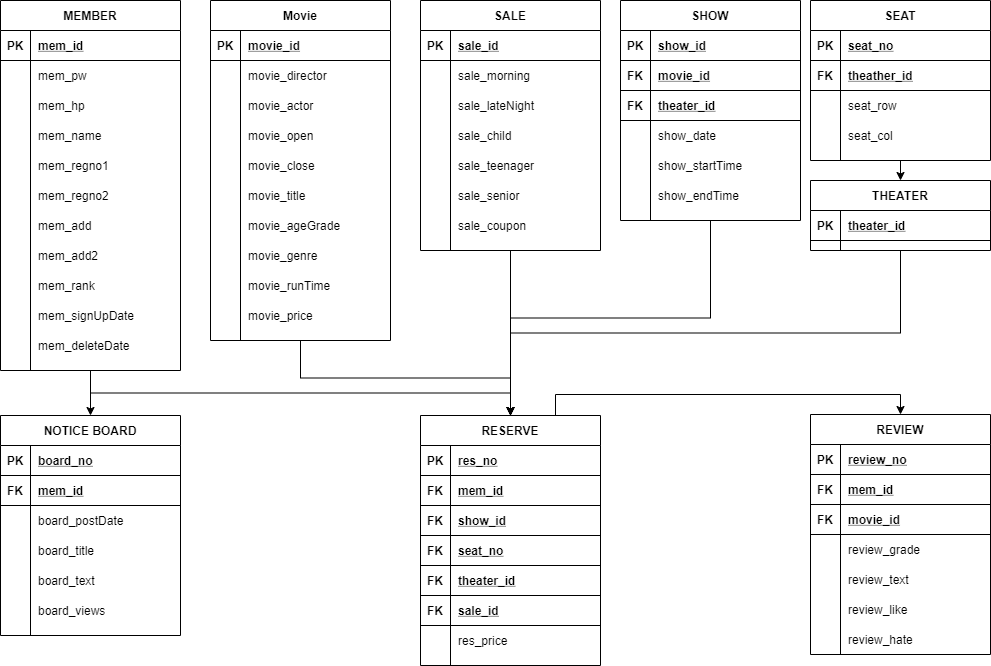
The draw.io diagram DB Concept/theater_structure.png in KOR-SHIN/basic_project, before a commit. Source tidied: cells renumbered, new cells last; positions are measured from the earlier drawing's top-left corner, leaving out a move shared by most shapes.
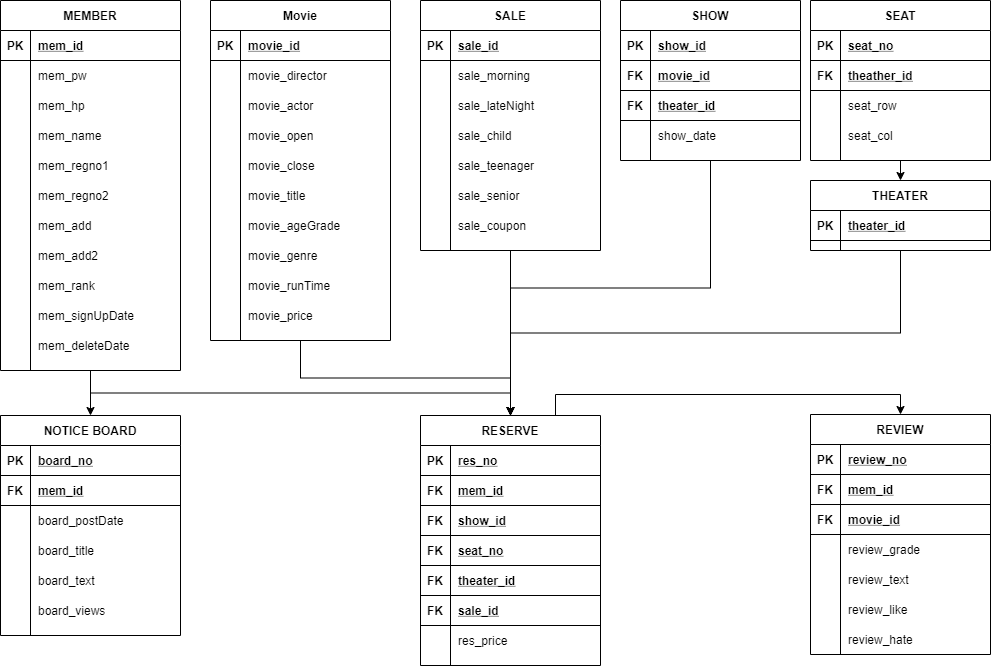
After the change.

Change to the diagram source:
```diff
@@ -405,7 +405,7 @@
       <mxGeometry relative="1" as="geometry" />
     </mxCell>
     <mxCell id="136" value="SHOW" style="shape=table;startSize=30;rowLines=0;fontStyle=1;align=center;" parent="1" vertex="1">
-      <mxGeometry x="620" width="180" height="220" as="geometry" />
+      <mxGeometry x="620" width="180" height="160" as="geometry" />
     </mxCell>
     <mxCell id="137" style="shape=partialRectangle;fillColor=none;top=0;left=0;bottom=1;right=0;" parent="136" vertex="1">
       <mxGeometry y="30" width="180" height="30" as="geometry" />
@@ -443,24 +443,6 @@
     <mxCell id="148" value="show_date" style="shape=partialRectangle;fillColor=none;top=0;left=0;bottom=0;right=0;align=left;spacingLeft=6;overflow=hidden;" parent="146" vertex="1">
       <mxGeometry x="30" width="150" height="30" as="geometry" />
     </mxCell>
-    <mxCell id="149" style="shape=partialRectangle;fillColor=none;top=0;left=0;bottom=0;right=0;" parent="136" vertex="1">
-      <mxGeometry y="150" width="180" height="30" as="geometry" />
-    </mxCell>
-    <mxCell id="150" style="shape=partialRectangle;fillColor=none;top=0;left=0;bottom=0;right=0;overflow=hidden;" parent="149" vertex="1">
-      <mxGeometry width="30" height="30" as="geometry" />
-    </mxCell>
-    <mxCell id="151" value="show_startTime" style="shape=partialRectangle;fillColor=none;top=0;left=0;bottom=0;right=0;align=left;spacingLeft=6;overflow=hidden;" parent="149" vertex="1">
-      <mxGeometry x="30" width="150" height="30" as="geometry" />
-    </mxCell>
-    <mxCell id="152" style="shape=partialRectangle;fillColor=none;top=0;left=0;bottom=0;right=0;" parent="136" vertex="1">
-      <mxGeometry y="180" width="180" height="30" as="geometry" />
-    </mxCell>
-    <mxCell id="153" style="shape=partialRectangle;fillColor=none;top=0;left=0;bottom=0;right=0;overflow=hidden;" parent="152" vertex="1">
-      <mxGeometry width="30" height="30" as="geometry" />
-    </mxCell>
-    <mxCell id="154" value="show_endTime" style="shape=partialRectangle;fillColor=none;top=0;left=0;bottom=0;right=0;align=left;spacingLeft=6;overflow=hidden;" parent="152" vertex="1">
-      <mxGeometry x="30" width="150" height="30" as="geometry" />
-    </mxCell>
     <mxCell id="155" value="NOTICE BOARD" style="shape=table;startSize=30;rowLines=0;fontStyle=1;align=center;" parent="1" vertex="1">
       <mxGeometry y="415" width="180" height="220" as="geometry" />
     </mxCell>
```
